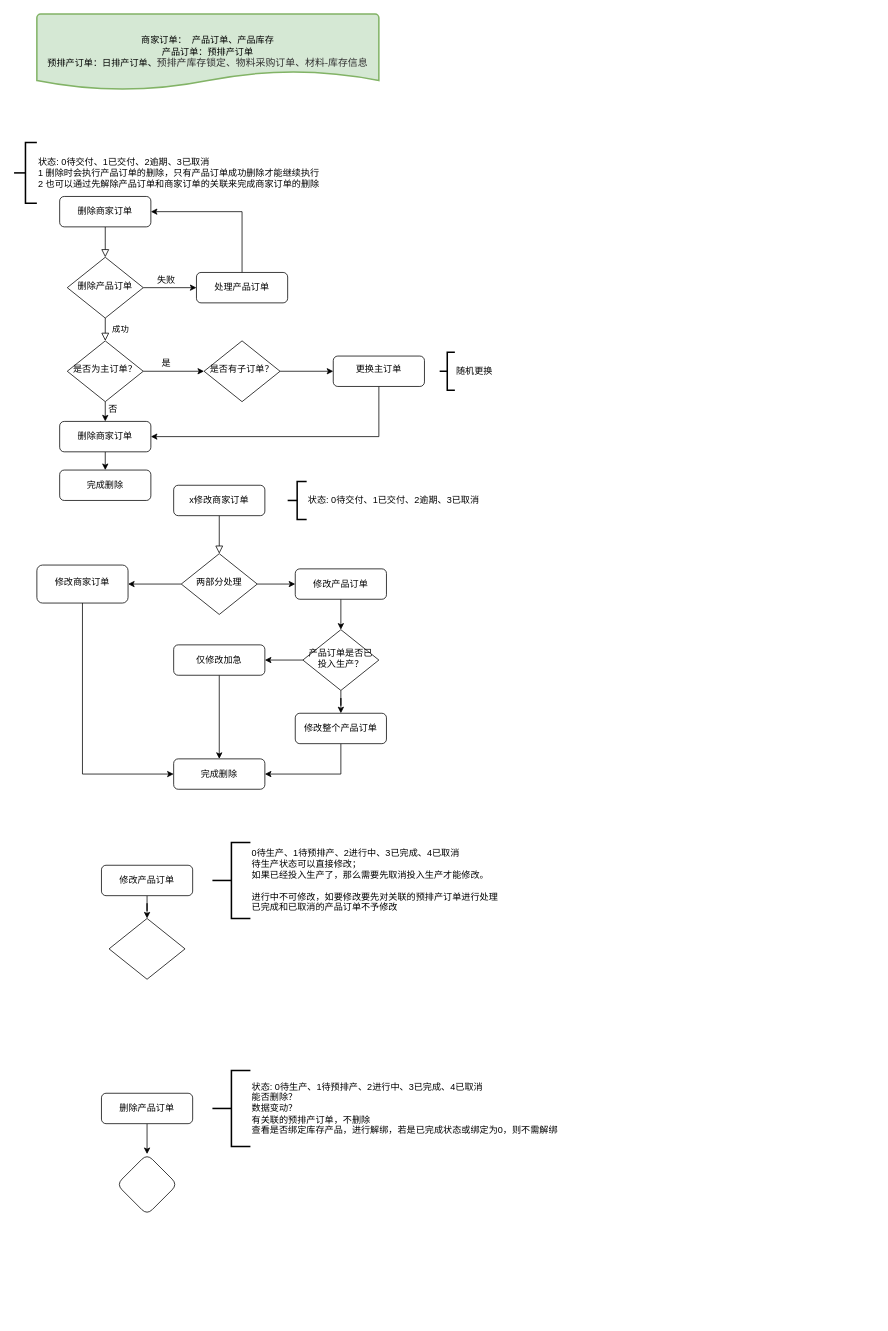
The draw.io diagram img/流程图.drawio in OldQi/first_rpo, before the edit. Source tidied: cells renumbered, new cells numbered last; positions are measured from the earlier drawing's top-left corner, leaving out a move shared by most shapes. Both pictures are drawn from the tidied source at 76%, with x=0, y=0 at pixel (14, 14).
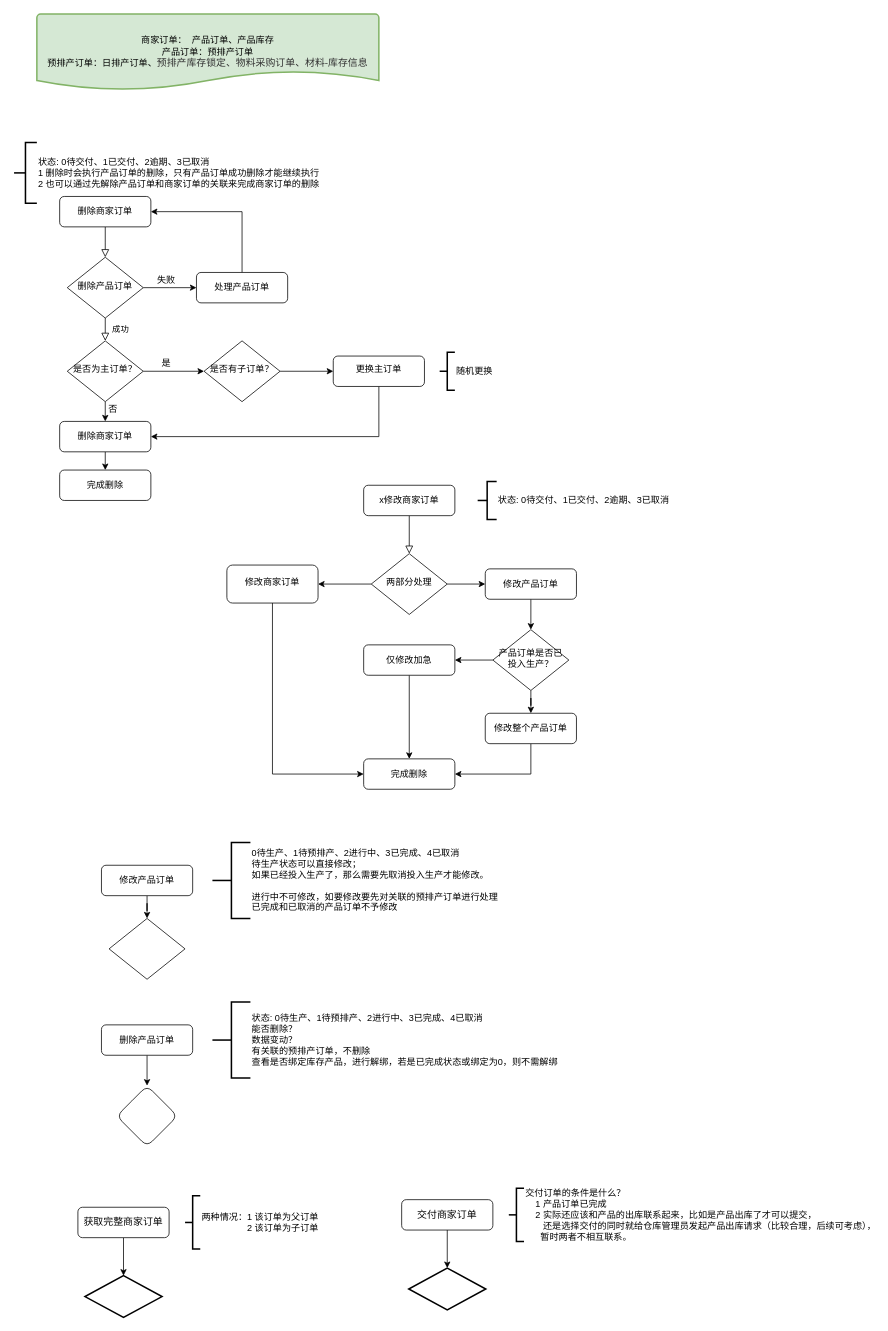
Above is the later version.

Commit message:
更新流程图.drawio

What changed in the source:
```diff
@@
     <mxCell id="9" value="x修改商家订单" style="rounded=1;whiteSpace=wrap;html=1;fontSize=12;glass=0;strokeWidth=1;shadow=0;" parent="1" vertex="1">
-      <mxGeometry x="210" y="620" width="120" height="40" as="geometry" />
+      <mxGeometry x="460" y="620" width="120" height="40" as="geometry" />
     </mxCell>
@@
     <mxCell id="12" value="两部分处理" style="rhombus;whiteSpace=wrap;html=1;shadow=0;fontFamily=Helvetica;fontSize=12;align=center;strokeWidth=1;spacing=6;spacingTop=-4;" parent="1" vertex="1">
-      <mxGeometry x="220" y="710" width="100" height="80" as="geometry" />
+      <mxGeometry x="470" y="710" width="100" height="80" as="geometry" />
     </mxCell>
@@
     <mxCell id="14" value="修改产品订单" style="rounded=1;whiteSpace=wrap;html=1;fontSize=12;glass=0;strokeWidth=1;shadow=0;" parent="1" vertex="1">
-      <mxGeometry x="370" y="730" width="120" height="40" as="geometry" />
+      <mxGeometry x="620" y="730" width="120" height="40" as="geometry" />
     </mxCell>
     <mxCell id="15" value="完成删除" style="rounded=1;whiteSpace=wrap;html=1;fontSize=12;glass=0;strokeWidth=1;shadow=0;" parent="1" vertex="1">
-      <mxGeometry x="210" y="980" width="120" height="40" as="geometry" />
+      <mxGeometry x="460" y="980" width="120" height="40" as="geometry" />
     </mxCell>
     <mxCell id="16" style="edgeStyle=orthogonalEdgeStyle;rounded=0;jettySize=auto;html=1;entryX=0;entryY=0.5;entryDx=0;entryDy=0;" parent="1" edge="1" source="17" target="15">
       <mxGeometry relative="1" as="geometry">
         <Array as="points">
-          <mxPoint x="90" y="1000" />
+          <mxPoint x="340" y="1000" />
         </Array>
       </mxGeometry>
     </mxCell>
     <mxCell id="17" value="修改商家订单" style="rounded=1;whiteSpace=wrap;html=1;shadow=0;strokeWidth=1;spacing=6;spacingTop=-4;" parent="1" vertex="1">
-      <mxGeometry x="30" y="725" width="120" height="50" as="geometry" />
+      <mxGeometry x="280" y="725" width="120" height="50" as="geometry" />
     </mxCell>
@@
     <mxCell id="20" value="产品订单是否已投入生产？" style="rhombus;whiteSpace=wrap;html=1;shadow=0;fontFamily=Helvetica;fontSize=12;align=center;strokeWidth=1;spacing=6;spacingTop=-4;" parent="1" vertex="1">
-      <mxGeometry x="380" y="810" width="100" height="80" as="geometry" />
+      <mxGeometry x="630" y="810" width="100" height="80" as="geometry" />
     </mxCell>
@@
     <mxCell id="22" value="仅修改加急" style="rounded=1;whiteSpace=wrap;html=1;fontSize=12;glass=0;strokeWidth=1;shadow=0;" parent="1" vertex="1">
-      <mxGeometry x="210" y="830" width="120" height="40" as="geometry" />
+      <mxGeometry x="460" y="830" width="120" height="40" as="geometry" />
     </mxCell>
@@
     <mxCell id="24" value="修改整个产品订单" style="rounded=1;whiteSpace=wrap;html=1;fontSize=12;glass=0;strokeWidth=1;shadow=0;" parent="1" vertex="1">
-      <mxGeometry x="370" y="920" width="120" height="40" as="geometry" />
+      <mxGeometry x="620" y="920" width="120" height="40" as="geometry" />
     </mxCell>
@@
     <mxCell id="30" value="删除产品订单" style="rounded=1;whiteSpace=wrap;html=1;fontSize=12;glass=0;strokeWidth=1;shadow=0;" parent="1" vertex="1">
-      <mxGeometry x="115" y="1420" width="120" height="40" as="geometry" />
+      <mxGeometry x="115" y="1330" width="120" height="40" as="geometry" />
     </mxCell>
     <mxCell id="31" style="rhombus;whiteSpace=wrap;html=1;rounded=1;glass=0;strokeWidth=1;shadow=0;" parent="1" vertex="1">
-      <mxGeometry x="135" y="1500" width="80" height="80" as="geometry" />
+      <mxGeometry x="135" y="1410" width="80" height="80" as="geometry" />
     </mxCell>
     <mxCell id="32" value="状态: 0待生产、1待预排产、2进行中、3已完成、4已取消&lt;br&gt;能否删除？&lt;br&gt;数据变动？&lt;br&gt;有关联的预排产订单，不删除&lt;br&gt;查看是否绑定库存产品，进行解绑，若是已完成状态或绑定为0，则不需解绑" style="strokeWidth=2;html=1;shape=mxgraph.flowchart.annotation_2;align=left;labelPosition=right;" parent="1" vertex="1">
-      <mxGeometry x="261" y="1390" width="50" height="100" as="geometry" />
+      <mxGeometry x="261" y="1300" width="50" height="100" as="geometry" />
     </mxCell>
     <mxCell id="33" value="状态: 0待交付、1已交付、2逾期、3已取消" style="strokeWidth=2;html=1;shape=mxgraph.flowchart.annotation_2;align=left;labelPosition=right;" parent="1" vertex="1">
-      <mxGeometry x="360" y="615" width="25" height="50" as="geometry" />
+      <mxGeometry x="610" y="615" width="25" height="50" as="geometry" />
     </mxCell>
@@
+    <mxCell id="51" style="edgeStyle=orthogonalEdgeStyle;rounded=0;jettySize=auto;html=1;" parent="1" edge="1" source="52" target="54">
+      <mxGeometry relative="1" as="geometry" />
+    </mxCell>
+    <mxCell id="52" value="&lt;pre style=&quot;background-color: rgb(255 , 255 , 255)&quot;&gt;&lt;font face=&quot;宋体, monospace&quot;&gt;&lt;font color=&quot;#080808&quot;&gt;&lt;span style=&quot;font-size: 9.8pt&quot;&gt;获取完整商家订单&lt;/span&gt;&lt;/font&gt;&lt;/font&gt;&lt;/pre&gt;" style="rounded=1;whiteSpace=wrap;html=1;fontSize=12;glass=0;strokeWidth=1;shadow=0;" parent="1" vertex="1">
+      <mxGeometry x="84" y="1570" width="120" height="40" as="geometry" />
+    </mxCell>
+    <mxCell id="53" value="两种情况：1 该订单为父订单&lt;br&gt;&amp;nbsp; &amp;nbsp; &amp;nbsp; &amp;nbsp; &amp;nbsp; &amp;nbsp; &amp;nbsp; &amp;nbsp; &amp;nbsp; 2 该订单为子订单" style="strokeWidth=2;html=1;shape=mxgraph.flowchart.annotation_2;align=left;labelPosition=right;" parent="1" vertex="1">
+      <mxGeometry x="225" y="1555" width="20" height="70" as="geometry" />
+    </mxCell>
+    <mxCell id="54" style="strokeWidth=2;html=1;shape=mxgraph.flowchart.decision;whiteSpace=wrap;" parent="1" vertex="1">
+      <mxGeometry x="93.3" y="1660" width="101.4" height="55" as="geometry" />
+    </mxCell>
+    <mxCell id="55" style="edgeStyle=orthogonalEdgeStyle;rounded=0;jettySize=auto;html=1;" parent="1" edge="1" source="56" target="58">
+      <mxGeometry relative="1" as="geometry" />
+    </mxCell>
+    <mxCell id="56" value="&lt;pre style=&quot;background-color: rgb(255 , 255 , 255)&quot;&gt;&lt;font face=&quot;宋体, monospace&quot;&gt;&lt;font color=&quot;#080808&quot;&gt;&lt;span style=&quot;font-size: 9.8pt&quot;&gt;交付商家订单&lt;/span&gt;&lt;/font&gt;&lt;/font&gt;&lt;/pre&gt;" style="rounded=1;whiteSpace=wrap;html=1;fontSize=12;glass=0;strokeWidth=1;shadow=0;" parent="1" vertex="1">
+      <mxGeometry x="510" y="1560" width="120" height="40" as="geometry" />
+    </mxCell>
+    <mxCell id="57" value="交付订单的条件是什么？&lt;br&gt;&amp;nbsp; &amp;nbsp; 1 产品订单已完成&lt;br&gt;&amp;nbsp; &amp;nbsp; 2 实际还应该和产品的出库联系起来，比如是产品出库了才可以提交，&lt;br&gt;&amp;nbsp; &amp;nbsp; &amp;nbsp; &amp;nbsp;还是选择交付的同时就给仓库管理员发起产品出库请求（比较合理，后续可考虑），&lt;br&gt;&amp;nbsp; &amp;nbsp; &amp;nbsp; 暂时两者不相互联系。" style="strokeWidth=2;html=1;shape=mxgraph.flowchart.annotation_2;align=left;labelPosition=right;" parent="1" vertex="1">
+      <mxGeometry x="651" y="1545" width="20" height="70" as="geometry" />
+    </mxCell>
+    <mxCell id="58" style="strokeWidth=2;html=1;shape=mxgraph.flowchart.decision;whiteSpace=wrap;" parent="1" vertex="1">
+      <mxGeometry x="519.3" y="1650" width="101.4" height="55" as="geometry" />
+    </mxCell>
```
